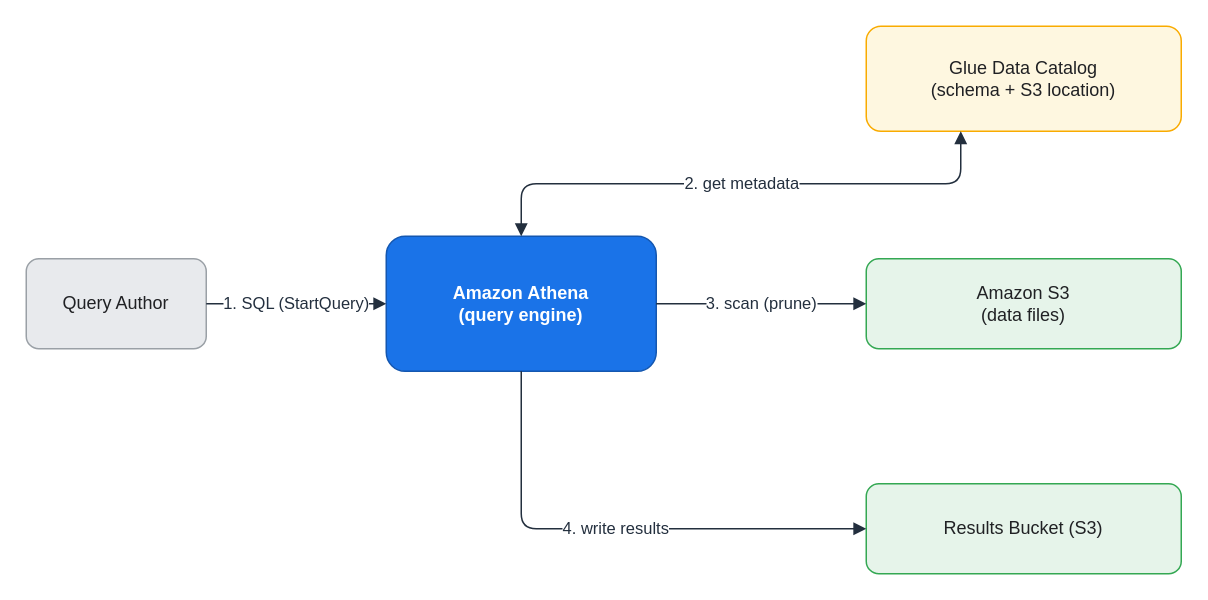
Above: assets/img/aws/analytics-stack-05-query-flow.drawio in KKamJi98/kkamji98.github.io (draw.io), before the change. Source tidied: cells renumbered, new cells numbered last; positions are measured from the earlier drawing's top-left corner, leaving out a move shared by most shapes. Both pictures are drawn from the tidied source at 150%, with x=0, y=0 at pixel (26, 26).
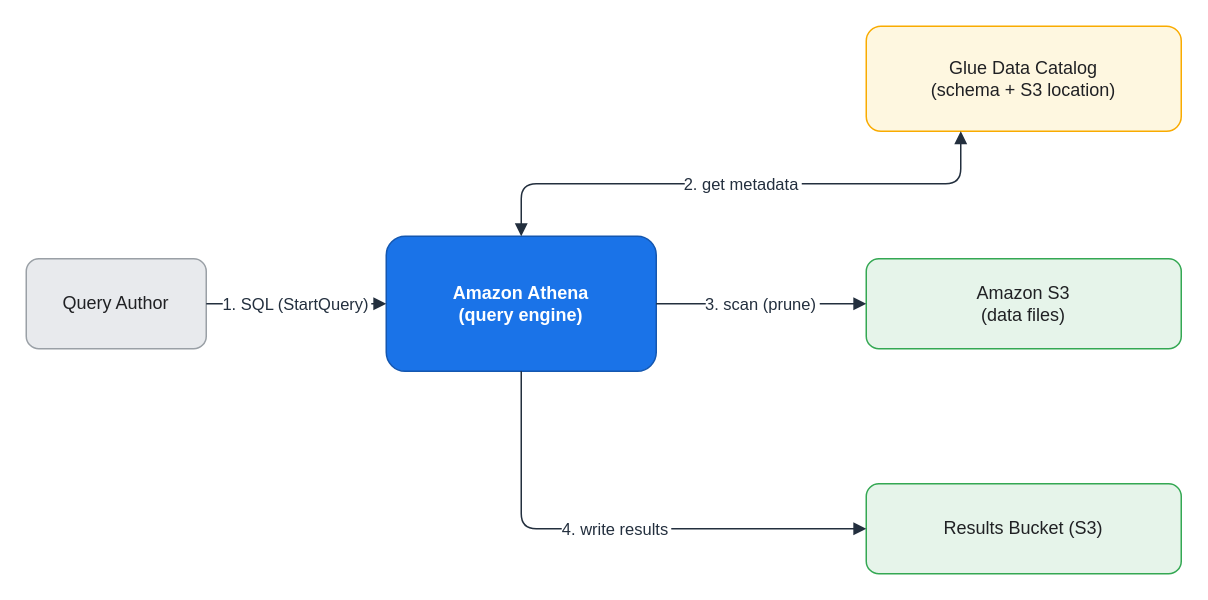
After the change.

What changed in the source:
```diff
@@
 <mxGraphModel>
   <root>
     <mxCell id="0" />
     <mxCell id="1" parent="0" />
     <mxCell id="2" value="Query Author" style="rounded=1;whiteSpace=wrap;html=1;arcSize=14;shadow=0;fillColor=#E8EAED;strokeColor=#9AA0A6;fontColor=#202124;" parent="1" vertex="1">
       <mxGeometry y="155" width="120" height="60" as="geometry" />
     </mxCell>
     <mxCell id="3" value="Amazon Athena&#10;(query engine)" style="rounded=1;whiteSpace=wrap;html=1;arcSize=14;shadow=0;fillColor=#1A73E8;strokeColor=#1457B0;fontColor=#FFFFFF;fontStyle=1;" parent="1" vertex="1">
       <mxGeometry x="240" y="140" width="180" height="90" as="geometry" />
     </mxCell>
     <mxCell id="4" value="Glue Data Catalog&#10;(schema + S3 location)" style="rounded=1;whiteSpace=wrap;html=1;arcSize=14;shadow=0;fillColor=#FEF7E0;strokeColor=#F9AB00;fontColor=#202124;" parent="1" vertex="1">
       <mxGeometry x="560" width="210" height="70" as="geometry" />
     </mxCell>
     <mxCell id="5" value="Amazon S3&#10;(data files)" style="rounded=1;whiteSpace=wrap;html=1;arcSize=14;shadow=0;fillColor=#E6F4EA;strokeColor=#34A853;fontColor=#202124;" parent="1" vertex="1">
       <mxGeometry x="560" y="155" width="210" height="60" as="geometry" />
     </mxCell>
     <mxCell id="6" value="Results Bucket (S3)" style="rounded=1;whiteSpace=wrap;html=1;arcSize=14;shadow=0;fillColor=#E6F4EA;strokeColor=#34A853;fontColor=#202124;" parent="1" vertex="1">
       <mxGeometry x="560" y="305" width="210" height="60" as="geometry" />
     </mxCell>
-    <mxCell id="7" value="1. SQL (StartQuery)" style="edgeStyle=orthogonalEdgeStyle;rounded=1;html=1;fontColor=#232F3E;strokeColor=#232F3E;labelBackgroundColor=#FFFFFF;endArrow=block;exitX=1;exitY=0.5;exitDx=0;exitDy=0;entryX=0;entryY=0.5;entryDx=0;entryDy=0;" parent="1" edge="1" source="2" target="3">
+    <mxCell id="7" value="1. SQL (StartQuery)" style="edgeStyle=orthogonalEdgeStyle;rounded=1;html=0;fontColor=#232F3E;strokeColor=#232F3E;labelBackgroundColor=#FFFFFF;endArrow=block;exitX=1;exitY=0.5;exitDx=0;exitDy=0;entryX=0;entryY=0.5;entryDx=0;entryDy=0;" parent="1" edge="1" source="2" target="3">
       <mxGeometry relative="1" as="geometry" />
     </mxCell>
-    <mxCell id="8" value="2. get metadata" style="edgeStyle=orthogonalEdgeStyle;rounded=1;html=1;fontColor=#232F3E;strokeColor=#232F3E;labelBackgroundColor=#FFFFFF;startArrow=block;endArrow=block;exitX=0.5;exitY=0;exitDx=0;exitDy=0;entryX=0.3;entryY=1;entryDx=0;entryDy=0;" parent="1" edge="1" source="3" target="4">
+    <mxCell id="8" value="2. get metadata" style="edgeStyle=orthogonalEdgeStyle;rounded=1;html=0;fontColor=#232F3E;strokeColor=#232F3E;labelBackgroundColor=#FFFFFF;startArrow=block;endArrow=block;exitX=0.5;exitY=0;exitDx=0;exitDy=0;entryX=0.3;entryY=1;entryDx=0;entryDy=0;" parent="1" edge="1" source="3" target="4">
       <mxGeometry relative="1" as="geometry" />
     </mxCell>
-    <mxCell id="9" value="3. scan (prune)" style="edgeStyle=orthogonalEdgeStyle;rounded=1;html=1;fontColor=#232F3E;strokeColor=#232F3E;labelBackgroundColor=#FFFFFF;endArrow=block;exitX=1;exitY=0.5;exitDx=0;exitDy=0;entryX=0;entryY=0.5;entryDx=0;entryDy=0;" parent="1" edge="1" source="3" target="5">
+    <mxCell id="9" value="3. scan (prune)" style="edgeStyle=orthogonalEdgeStyle;rounded=1;html=0;fontColor=#232F3E;strokeColor=#232F3E;labelBackgroundColor=#FFFFFF;endArrow=block;exitX=1;exitY=0.5;exitDx=0;exitDy=0;entryX=0;entryY=0.5;entryDx=0;entryDy=0;" parent="1" edge="1" source="3" target="5">
       <mxGeometry relative="1" as="geometry" />
     </mxCell>
-    <mxCell id="10" value="4. write results" style="edgeStyle=orthogonalEdgeStyle;rounded=1;html=1;fontColor=#232F3E;strokeColor=#232F3E;labelBackgroundColor=#FFFFFF;endArrow=block;exitX=0.5;exitY=1;exitDx=0;exitDy=0;entryX=0;entryY=0.5;entryDx=0;entryDy=0;" parent="1" edge="1" source="3" target="6">
+    <mxCell id="10" value="4. write results" style="edgeStyle=orthogonalEdgeStyle;rounded=1;html=0;fontColor=#232F3E;strokeColor=#232F3E;labelBackgroundColor=#FFFFFF;endArrow=block;exitX=0.5;exitY=1;exitDx=0;exitDy=0;entryX=0;entryY=0.5;entryDx=0;entryDy=0;" parent="1" edge="1" source="3" target="6">
       <mxGeometry relative="1" as="geometry">
         <Array as="points">
           <mxPoint x="330" y="335" />
         </Array>
       </mxGeometry>
     </mxCell>
   </root>
 </mxGraphModel>
```
